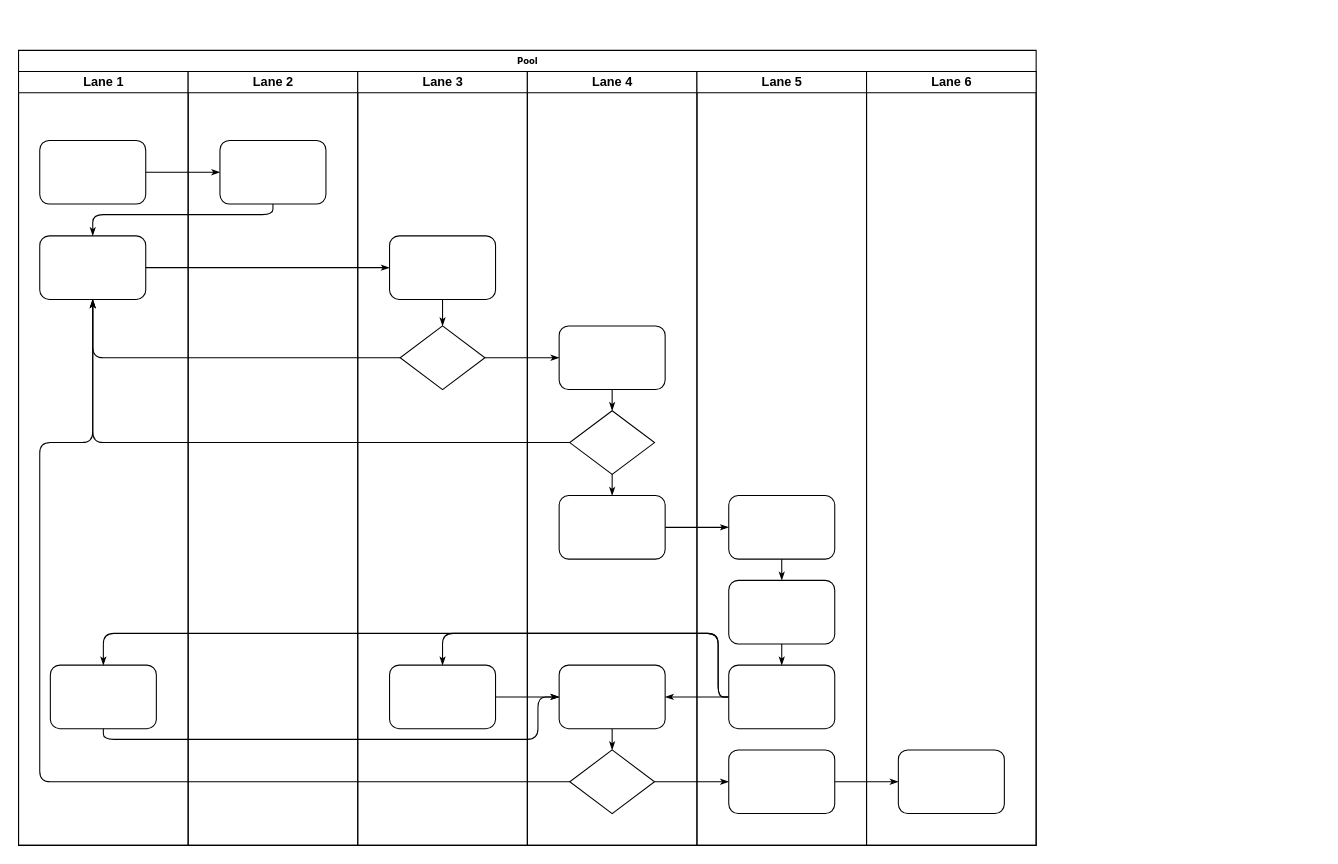
shangjinyao/doc keeps this draw.io diagram as Untitled Diagram.drawio. Above is the earlier version. Source tidied: cells renumbered, new cells numbered last; positions are measured from the earlier drawing's top-left corner, leaving out a move shared by most shapes. Both pictures are drawn from the tidied source at 106%, with x=0, y=0 at pixel (18, 50).
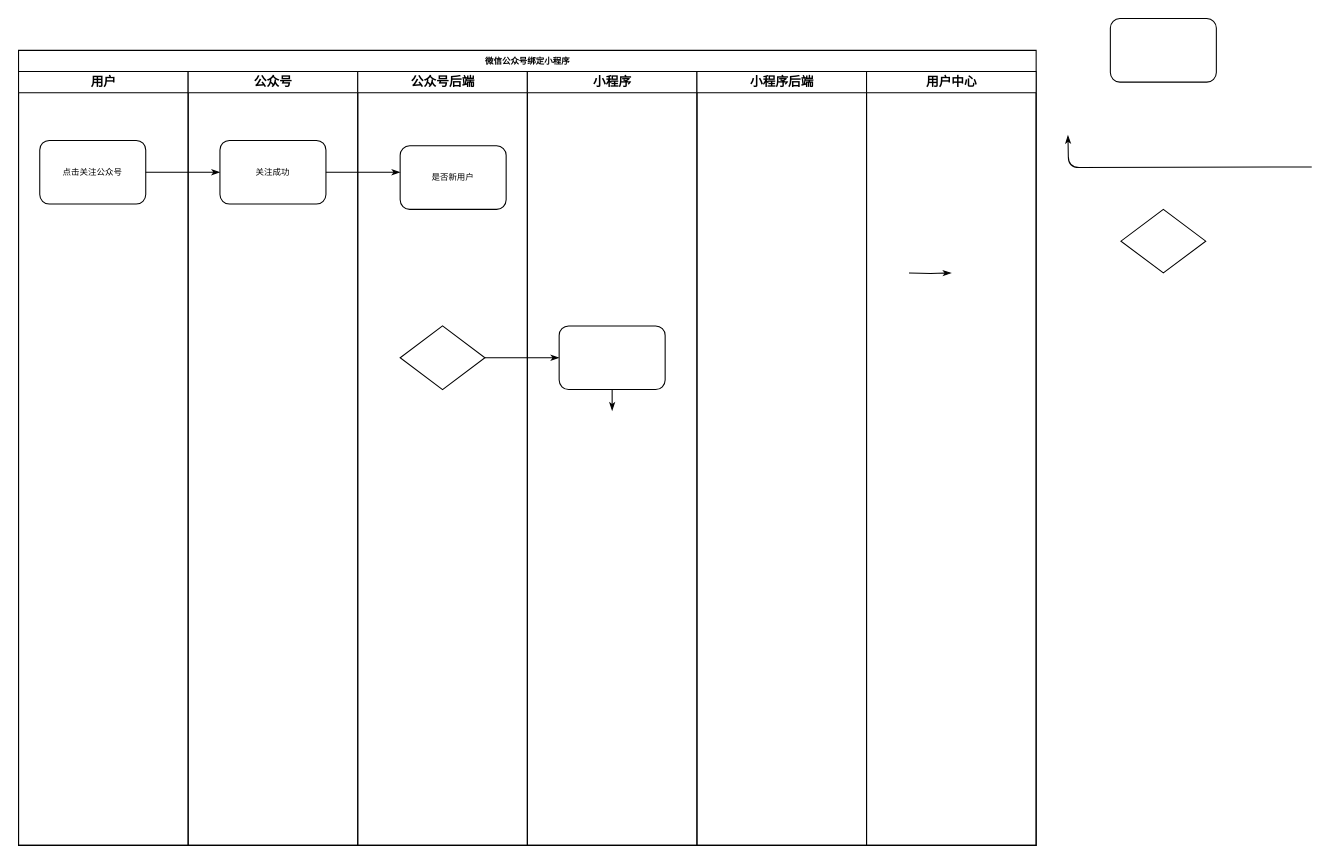
The same page after the edit.

Unchanged cells that the change refers to:
```xml
<mxCell id="26" style="rhombus;whiteSpace=wrap;html=1;rounded=0;shadow=0;labelBackgroundColor=none;strokeWidth=1;fontFamily=Verdana;fontSize=8;align=center;" parent="24" vertex="1">
  <mxGeometry x="40" y="240" width="80" height="60" as="geometry" />
</mxCell>
<mxCell id="30" style="rounded=1;whiteSpace=wrap;html=1;shadow=0;labelBackgroundColor=none;strokeWidth=1;fontFamily=Verdana;fontSize=8;align=center;" parent="29" vertex="1">
  <mxGeometry x="30" y="240" width="100" height="60" as="geometry" />
</mxCell>
```

Diff of the diagram source:
```diff
@@
-    <mxCell id="2" value="Pool" style="swimlane;html=1;startSize=20;rounded=0;shadow=0;labelBackgroundColor=none;strokeWidth=1;fontFamily=Verdana;fontSize=8;align=center;" parent="1" vertex="1">
+    <mxCell id="2" value="微信公众号绑定小程序" style="swimlane;html=1;startSize=20;rounded=0;shadow=0;labelBackgroundColor=none;strokeWidth=1;fontFamily=Verdana;fontSize=8;align=center;" parent="1" vertex="1">
       <mxGeometry width="960" height="750" as="geometry" />
     </mxCell>
-    <mxCell id="3" value="Lane 1" style="swimlane;html=1;startSize=20;" parent="2" vertex="1">
+    <mxCell id="3" value="用户" style="swimlane;html=1;startSize=20;" parent="2" vertex="1">
       <mxGeometry y="20" width="160" height="730" as="geometry" />
     </mxCell>
-    <mxCell id="4" style="rounded=1;whiteSpace=wrap;html=1;shadow=0;labelBackgroundColor=none;strokeWidth=1;fontFamily=Verdana;fontSize=8;align=center;" parent="3" vertex="1">
+    <mxCell id="4" value="点击关注公众号" style="rounded=1;whiteSpace=wrap;html=1;shadow=0;labelBackgroundColor=none;strokeWidth=1;fontFamily=Verdana;fontSize=8;align=center;" parent="3" vertex="1">
       <mxGeometry x="20" y="65" width="100" height="60" as="geometry" />
     </mxCell>
-    <mxCell id="5" style="rounded=1;whiteSpace=wrap;html=1;shadow=0;labelBackgroundColor=none;strokeWidth=1;fontFamily=Verdana;fontSize=8;align=center;" parent="3" vertex="1">
-      <mxGeometry x="20" y="155" width="100" height="60" as="geometry" />
-    </mxCell>
-    <mxCell id="6" style="rounded=1;whiteSpace=wrap;html=1;shadow=0;labelBackgroundColor=none;strokeWidth=1;fontFamily=Verdana;fontSize=8;align=center;" parent="3" vertex="1">
-      <mxGeometry x="30" y="560" width="100" height="60" as="geometry" />
-    </mxCell>
@@
-    <mxCell id="8" style="edgeStyle=orthogonalEdgeStyle;rounded=1;html=1;labelBackgroundColor=none;startArrow=none;startFill=0;startSize=5;endArrow=classicThin;endFill=1;endSize=5;jettySize=auto;strokeWidth=1;fontFamily=Verdana;fontSize=8;" parent="2" edge="1" source="23" target="5">
-      <mxGeometry relative="1" as="geometry">
-        <Array as="points">
-          <mxPoint x="240" y="155" />
-          <mxPoint x="70" y="155" />
-        </Array>
-      </mxGeometry>
-    </mxCell>
-    <mxCell id="9" style="edgeStyle=orthogonalEdgeStyle;rounded=1;html=1;labelBackgroundColor=none;startArrow=none;startFill=0;startSize=5;endArrow=classicThin;endFill=1;endSize=5;jettySize=auto;strokeWidth=1;fontFamily=Verdana;fontSize=8;" parent="2" edge="1" source="5" target="25">
-      <mxGeometry relative="1" as="geometry" />
-    </mxCell>
-    <mxCell id="10" style="edgeStyle=orthogonalEdgeStyle;rounded=1;html=1;labelBackgroundColor=none;startArrow=none;startFill=0;startSize=5;endArrow=classicThin;endFill=1;endSize=5;jettySize=auto;strokeWidth=1;fontFamily=Verdana;fontSize=8;" parent="2" edge="1" source="26" target="5">
-      <mxGeometry relative="1" as="geometry" />
-    </mxCell>
-    <mxCell id="11" style="edgeStyle=orthogonalEdgeStyle;rounded=1;html=1;labelBackgroundColor=none;startArrow=none;startFill=0;startSize=5;endArrow=classicThin;endFill=1;endSize=5;jettySize=auto;strokeWidth=1;fontFamily=Verdana;fontSize=8;" parent="2" edge="1" source="31" target="5">
-      <mxGeometry relative="1" as="geometry" />
-    </mxCell>
-    <mxCell id="12" style="edgeStyle=orthogonalEdgeStyle;rounded=1;html=1;labelBackgroundColor=none;startArrow=none;startFill=0;startSize=5;endArrow=classicThin;endFill=1;endSize=5;jettySize=auto;strokeWidth=1;fontFamily=Verdana;fontSize=8;" parent="2" edge="1" source="34" target="5">
-      <mxGeometry relative="1" as="geometry">
-        <Array as="points">
-          <mxPoint x="20" y="690" />
-          <mxPoint x="20" y="370" />
-          <mxPoint x="70" y="370" />
-        </Array>
-      </mxGeometry>
-    </mxCell>
@@
-    <mxCell id="14" style="edgeStyle=orthogonalEdgeStyle;rounded=1;html=1;labelBackgroundColor=none;startArrow=none;startFill=0;startSize=5;endArrow=classicThin;endFill=1;endSize=5;jettySize=auto;strokeWidth=1;fontFamily=Verdana;fontSize=8;" parent="2" edge="1" source="34" target="42">
-      <mxGeometry relative="1" as="geometry" />
-    </mxCell>
-    <mxCell id="15" style="edgeStyle=orthogonalEdgeStyle;rounded=1;html=1;labelBackgroundColor=none;startArrow=none;startFill=0;startSize=5;endArrow=classicThin;endFill=1;endSize=5;jettySize=auto;strokeWidth=1;fontFamily=Verdana;fontSize=8;" parent="2" edge="1" source="42" target="46">
-      <mxGeometry relative="1" as="geometry" />
-    </mxCell>
-    <mxCell id="16" style="edgeStyle=orthogonalEdgeStyle;rounded=1;html=1;labelBackgroundColor=none;startArrow=none;startFill=0;startSize=5;endArrow=classicThin;endFill=1;endSize=5;jettySize=auto;strokeWidth=1;fontFamily=Verdana;fontSize=8;" parent="2" edge="1" source="32" target="39">
-      <mxGeometry relative="1" as="geometry" />
-    </mxCell>
-    <mxCell id="17" style="edgeStyle=orthogonalEdgeStyle;rounded=1;html=1;labelBackgroundColor=none;startArrow=none;startFill=0;startSize=5;endArrow=classicThin;endFill=1;endSize=5;jettySize=auto;strokeWidth=1;fontFamily=Verdana;fontSize=8;" parent="2" edge="1" source="41" target="27">
-      <mxGeometry relative="1" as="geometry">
-        <Array as="points">
-          <mxPoint x="660" y="610" />
-          <mxPoint x="660" y="550" />
-          <mxPoint x="400" y="550" />
-        </Array>
-      </mxGeometry>
-    </mxCell>
-    <mxCell id="18" style="edgeStyle=orthogonalEdgeStyle;rounded=1;html=1;labelBackgroundColor=none;startArrow=none;startFill=0;startSize=5;endArrow=classicThin;endFill=1;endSize=5;jettySize=auto;strokeColor=#000000;strokeWidth=1;fontFamily=Verdana;fontSize=8;fontColor=#000000;" parent="2" edge="1" source="41" target="33">
-      <mxGeometry relative="1" as="geometry" />
-    </mxCell>
-    <mxCell id="19" style="edgeStyle=orthogonalEdgeStyle;rounded=1;html=1;labelBackgroundColor=none;startArrow=none;startFill=0;startSize=5;endArrow=classicThin;endFill=1;endSize=5;jettySize=auto;strokeWidth=1;fontFamily=Verdana;fontSize=8;" parent="2" edge="1" source="41" target="6">
-      <mxGeometry relative="1" as="geometry">
-        <Array as="points">
-          <mxPoint x="660" y="610" />
-          <mxPoint x="660" y="550" />
-          <mxPoint x="80" y="550" />
-        </Array>
-      </mxGeometry>
-    </mxCell>
-    <mxCell id="20" style="edgeStyle=orthogonalEdgeStyle;rounded=1;html=1;labelBackgroundColor=none;startArrow=none;startFill=0;startSize=5;endArrow=classicThin;endFill=1;endSize=5;jettySize=auto;strokeWidth=1;fontFamily=Verdana;fontSize=8;" parent="2" edge="1" source="6" target="33">
-      <mxGeometry relative="1" as="geometry">
-        <Array as="points">
-          <mxPoint x="80" y="650" />
-          <mxPoint x="490" y="650" />
-          <mxPoint x="490" y="610" />
-        </Array>
-      </mxGeometry>
-    </mxCell>
-    <mxCell id="21" style="edgeStyle=orthogonalEdgeStyle;rounded=1;html=1;labelBackgroundColor=none;startArrow=none;startFill=0;startSize=5;endArrow=classicThin;endFill=1;endSize=5;jettySize=auto;strokeWidth=1;fontFamily=Verdana;fontSize=8;" parent="2" edge="1" source="27" target="33">
-      <mxGeometry relative="1" as="geometry" />
-    </mxCell>
-    <mxCell id="22" value="Lane 2" style="swimlane;html=1;startSize=20;" parent="2" vertex="1">
+    <mxCell id="22" value="公众号" style="swimlane;html=1;startSize=20;" parent="2" vertex="1">
       <mxGeometry x="160" y="20" width="160" height="730" as="geometry" />
     </mxCell>
-    <mxCell id="23" style="rounded=1;whiteSpace=wrap;html=1;shadow=0;labelBackgroundColor=none;strokeWidth=1;fontFamily=Verdana;fontSize=8;align=center;" parent="22" vertex="1">
+    <mxCell id="23" value="关注成功" style="rounded=1;whiteSpace=wrap;html=1;shadow=0;labelBackgroundColor=none;strokeWidth=1;fontFamily=Verdana;fontSize=8;align=center;" parent="22" vertex="1">
       <mxGeometry x="30" y="65" width="100" height="60" as="geometry" />
     </mxCell>
-    <mxCell id="24" value="Lane 3" style="swimlane;html=1;startSize=20;" parent="2" vertex="1">
+    <mxCell id="24" value="公众号后端" style="swimlane;html=1;startSize=20;" parent="2" vertex="1">
       <mxGeometry x="320" y="20" width="160" height="730" as="geometry" />
     </mxCell>
-    <mxCell id="25" style="rounded=1;whiteSpace=wrap;html=1;shadow=0;labelBackgroundColor=none;strokeWidth=1;fontFamily=Verdana;fontSize=8;align=center;" parent="24" vertex="1">
-      <mxGeometry x="30" y="155" width="100" height="60" as="geometry" />
-    </mxCell>
@@
-    <mxCell id="27" style="rounded=1;whiteSpace=wrap;html=1;shadow=0;labelBackgroundColor=none;strokeWidth=1;fontFamily=Verdana;fontSize=8;align=center;" parent="24" vertex="1">
-      <mxGeometry x="30" y="560" width="100" height="60" as="geometry" />
-    </mxCell>
-    <mxCell id="28" style="edgeStyle=orthogonalEdgeStyle;rounded=1;html=1;labelBackgroundColor=none;startArrow=none;startFill=0;startSize=5;endArrow=classicThin;endFill=1;endSize=5;jettySize=auto;strokeWidth=1;fontFamily=Verdana;fontSize=8;" parent="24" edge="1" source="25" target="26">
-      <mxGeometry relative="1" as="geometry" />
-    </mxCell>
+    <mxCell id="47" value="是否新用户" style="rounded=1;whiteSpace=wrap;html=1;shadow=0;labelBackgroundColor=none;strokeWidth=1;fontFamily=Verdana;fontSize=8;align=center;" parent="24" vertex="1">
+      <mxGeometry x="40" y="70" width="100" height="60" as="geometry" />
+    </mxCell>
-    <mxCell id="29" value="Lane 4" style="swimlane;html=1;startSize=20;" parent="2" vertex="1">
+    <mxCell id="29" value="小程序" style="swimlane;html=1;startSize=20;" parent="2" vertex="1">
       <mxGeometry x="480" y="20" width="160" height="730" as="geometry" />
     </mxCell>
@@
-    <mxCell id="31" style="rhombus;whiteSpace=wrap;html=1;rounded=0;shadow=0;labelBackgroundColor=none;strokeWidth=1;fontFamily=Verdana;fontSize=8;align=center;" parent="29" vertex="1">
-      <mxGeometry x="40" y="320" width="80" height="60" as="geometry" />
-    </mxCell>
-    <mxCell id="32" style="rounded=1;whiteSpace=wrap;html=1;shadow=0;labelBackgroundColor=none;strokeWidth=1;fontFamily=Verdana;fontSize=8;align=center;" parent="29" vertex="1">
-      <mxGeometry x="30" y="400" width="100" height="60" as="geometry" />
-    </mxCell>
-    <mxCell id="33" style="rounded=1;whiteSpace=wrap;html=1;shadow=0;labelBackgroundColor=none;strokeWidth=1;fontFamily=Verdana;fontSize=8;align=center;" parent="29" vertex="1">
-      <mxGeometry x="30" y="560" width="100" height="60" as="geometry" />
-    </mxCell>
-    <mxCell id="34" style="rhombus;whiteSpace=wrap;html=1;rounded=0;shadow=0;labelBackgroundColor=none;strokeWidth=1;fontFamily=Verdana;fontSize=8;align=center;" parent="29" vertex="1">
-      <mxGeometry x="40" y="640" width="80" height="60" as="geometry" />
-    </mxCell>
-    <mxCell id="35" style="edgeStyle=orthogonalEdgeStyle;rounded=1;html=1;labelBackgroundColor=none;startArrow=none;startFill=0;startSize=5;endArrow=classicThin;endFill=1;endSize=5;jettySize=auto;strokeColor=#000000;strokeWidth=1;fontFamily=Verdana;fontSize=8;fontColor=#000000;" parent="29" edge="1" source="30" target="31">
-      <mxGeometry relative="1" as="geometry" />
+    <mxCell id="35" style="edgeStyle=orthogonalEdgeStyle;rounded=1;html=1;labelBackgroundColor=none;startArrow=none;startFill=0;startSize=5;endArrow=classicThin;endFill=1;endSize=5;jettySize=auto;strokeColor=#000000;strokeWidth=1;fontFamily=Verdana;fontSize=8;fontColor=#000000;" parent="29" edge="1" source="30">
+      <mxGeometry relative="1" as="geometry">
+        <mxPoint x="80" y="320" as="targetPoint" />
+      </mxGeometry>
     </mxCell>
-    <mxCell id="36" style="edgeStyle=orthogonalEdgeStyle;rounded=1;html=1;labelBackgroundColor=none;startArrow=none;startFill=0;startSize=5;endArrow=classicThin;endFill=1;endSize=5;jettySize=auto;strokeWidth=1;fontFamily=Verdana;fontSize=8;" parent="29" edge="1" source="31" target="32">
-      <mxGeometry relative="1" as="geometry" />
-    </mxCell>
-    <mxCell id="37" style="edgeStyle=orthogonalEdgeStyle;rounded=1;html=1;labelBackgroundColor=none;startArrow=none;startFill=0;startSize=5;endArrow=classicThin;endFill=1;endSize=5;jettySize=auto;strokeWidth=1;fontFamily=Verdana;fontSize=8;" parent="29" edge="1" source="33" target="34">
-      <mxGeometry relative="1" as="geometry" />
-    </mxCell>
-    <mxCell id="38" value="Lane 5" style="swimlane;html=1;startSize=20;" parent="2" vertex="1">
+    <mxCell id="38" value="小程序后端" style="swimlane;html=1;startSize=20;" parent="2" vertex="1">
       <mxGeometry x="640" y="20" width="160" height="730" as="geometry" />
     </mxCell>
-    <mxCell id="39" style="rounded=1;whiteSpace=wrap;html=1;shadow=0;labelBackgroundColor=none;strokeWidth=1;fontFamily=Verdana;fontSize=8;align=center;" parent="38" vertex="1">
-      <mxGeometry x="30" y="400" width="100" height="60" as="geometry" />
-    </mxCell>
-    <mxCell id="40" style="rounded=1;whiteSpace=wrap;html=1;shadow=0;labelBackgroundColor=none;strokeWidth=1;fontFamily=Verdana;fontSize=8;align=center;" parent="38" vertex="1">
-      <mxGeometry x="30" y="480" width="100" height="60" as="geometry" />
-    </mxCell>
-    <mxCell id="41" style="rounded=1;whiteSpace=wrap;html=1;shadow=0;labelBackgroundColor=none;strokeWidth=1;fontFamily=Verdana;fontSize=8;align=center;" parent="38" vertex="1">
-      <mxGeometry x="30" y="560" width="100" height="60" as="geometry" />
-    </mxCell>
-    <mxCell id="42" style="rounded=1;whiteSpace=wrap;html=1;shadow=0;labelBackgroundColor=none;strokeWidth=1;fontFamily=Verdana;fontSize=8;align=center;" parent="38" vertex="1">
-      <mxGeometry x="30" y="640" width="100" height="60" as="geometry" />
-    </mxCell>
-    <mxCell id="43" style="edgeStyle=orthogonalEdgeStyle;rounded=1;html=1;labelBackgroundColor=none;startArrow=none;startFill=0;startSize=5;endArrow=classicThin;endFill=1;endSize=5;jettySize=auto;strokeWidth=1;fontFamily=Verdana;fontSize=8;" parent="38" edge="1" source="39" target="40">
-      <mxGeometry relative="1" as="geometry" />
-    </mxCell>
-    <mxCell id="44" style="edgeStyle=orthogonalEdgeStyle;rounded=1;html=1;labelBackgroundColor=none;startArrow=none;startFill=0;startSize=5;endArrow=classicThin;endFill=1;endSize=5;jettySize=auto;strokeWidth=1;fontFamily=Verdana;fontSize=8;" parent="38" edge="1" source="40" target="41">
-      <mxGeometry relative="1" as="geometry" />
-    </mxCell>
+    <mxCell id="48" style="edgeStyle=orthogonalEdgeStyle;rounded=1;html=1;labelBackgroundColor=none;startArrow=none;startFill=0;startSize=5;endArrow=classicThin;endFill=1;endSize=5;jettySize=auto;strokeWidth=1;fontFamily=Verdana;fontSize=8;exitX=1;exitY=0.5;exitDx=0;exitDy=0;" parent="38" edge="1" source="23">
+      <mxGeometry relative="1" as="geometry">
+        <mxPoint x="-280" y="95" as="targetPoint" />
+      </mxGeometry>
+    </mxCell>
-    <mxCell id="45" value="Lane 6" style="swimlane;html=1;startSize=20;" parent="2" vertex="1">
+    <mxCell id="45" value="用户中心" style="swimlane;html=1;startSize=20;" parent="2" vertex="1">
       <mxGeometry x="800" y="20" width="160" height="730" as="geometry" />
     </mxCell>
-    <mxCell id="46" style="rounded=1;whiteSpace=wrap;html=1;shadow=0;labelBackgroundColor=none;strokeWidth=1;fontFamily=Verdana;fontSize=8;align=center;" parent="45" vertex="1">
-      <mxGeometry x="30" y="640" width="100" height="60" as="geometry" />
-    </mxCell>
+    <mxCell id="49" style="edgeStyle=orthogonalEdgeStyle;rounded=1;html=1;labelBackgroundColor=none;startArrow=none;startFill=0;startSize=5;endArrow=classicThin;endFill=1;endSize=5;jettySize=auto;orthogonalLoop=1;strokeWidth=1;fontFamily=Verdana;fontSize=8;" parent="45" edge="1">
+      <mxGeometry relative="1" as="geometry">
+        <mxPoint x="40" y="190" as="sourcePoint" />
+        <mxPoint x="80" y="190" as="targetPoint" />
+      </mxGeometry>
+    </mxCell>
+    <mxCell id="25" style="rounded=1;whiteSpace=wrap;html=1;shadow=0;labelBackgroundColor=none;strokeWidth=1;fontFamily=Verdana;fontSize=8;align=center;" parent="1" vertex="1">
+      <mxGeometry x="1030" y="-30" width="100" height="60" as="geometry" />
+    </mxCell>
+    <mxCell id="50" style="edgeStyle=orthogonalEdgeStyle;rounded=1;html=1;labelBackgroundColor=none;startArrow=none;startFill=0;startSize=5;endArrow=classicThin;endFill=1;endSize=5;jettySize=auto;orthogonalLoop=1;strokeWidth=1;fontFamily=Verdana;fontSize=8;" parent="1" edge="1">
+      <mxGeometry relative="1" as="geometry">
+        <mxPoint x="1220" y="110" as="sourcePoint" />
+        <mxPoint x="990" y="80" as="targetPoint" />
+      </mxGeometry>
+    </mxCell>
+    <mxCell id="51" style="rhombus;whiteSpace=wrap;html=1;rounded=0;shadow=0;labelBackgroundColor=none;strokeWidth=1;fontFamily=Verdana;fontSize=8;align=center;" parent="1" vertex="1">
+      <mxGeometry x="1040" y="150" width="80" height="60" as="geometry" />
+    </mxCell>
```
